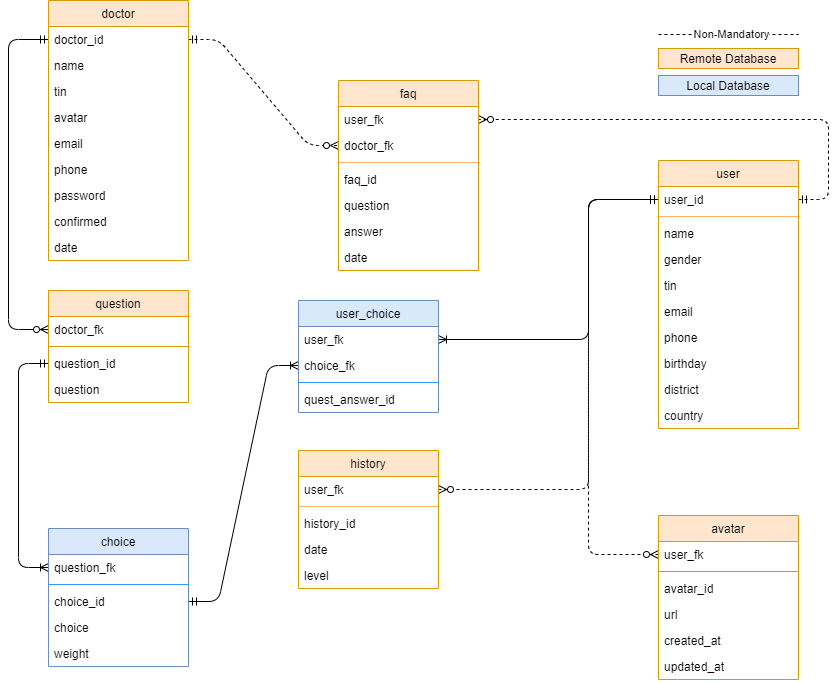
agostinhoramos/Testing_COVID_19 keeps this draw.io diagram as documentation/draw-er_model.png. Above is the earlier version. Source tidied: cells renumbered, new cells last; positions are measured from the earlier drawing's top-left corner, leaving out a move shared by most shapes.
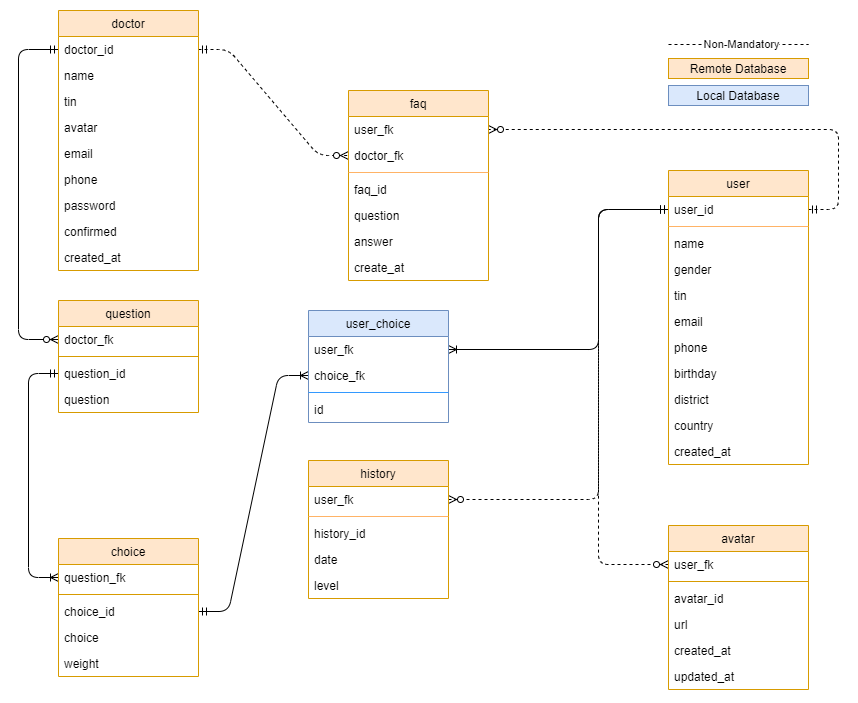
The same diagram one commit later.

Change to the diagram source:
```diff
@@ -70,7 +70,7 @@
     <mxCell id="17" value="confirmed" style="text;strokeColor=none;fillColor=none;align=left;verticalAlign=top;spacingLeft=4;spacingRight=4;overflow=hidden;" parent="9" vertex="1">
       <mxGeometry y="208" width="140" height="26" as="geometry" />
     </mxCell>
-    <mxCell id="18" value="date" style="text;strokeColor=none;fillColor=none;align=left;verticalAlign=top;spacingLeft=4;spacingRight=4;overflow=hidden;" parent="9" vertex="1">
+    <mxCell id="18" value="created_at" style="text;strokeColor=none;fillColor=none;align=left;verticalAlign=top;spacingLeft=4;spacingRight=4;overflow=hidden;" parent="9" vertex="1">
       <mxGeometry y="234" width="140" height="26" as="geometry" />
     </mxCell>
     <mxCell id="19" value="faq" style="swimlane;fontStyle=0;horizontal=1;startSize=26;fillColor=#ffe6cc;strokeColor=#d79b00;" parent="1" vertex="1">
@@ -94,16 +94,16 @@
     <mxCell id="25" value="answer" style="text;strokeColor=none;fillColor=none;align=left;verticalAlign=top;spacingLeft=4;spacingRight=4;overflow=hidden;" parent="19" vertex="1">
       <mxGeometry y="138" width="140" height="26" as="geometry" />
     </mxCell>
-    <mxCell id="26" value="date" style="text;strokeColor=none;fillColor=none;align=left;verticalAlign=top;spacingLeft=4;spacingRight=4;overflow=hidden;" parent="19" vertex="1">
+    <mxCell id="26" value="create_at" style="text;strokeColor=none;fillColor=none;align=left;verticalAlign=top;spacingLeft=4;spacingRight=4;overflow=hidden;" parent="19" vertex="1">
       <mxGeometry y="164" width="140" height="26" as="geometry" />
     </mxCell>
-    <mxCell id="27" value="choice" style="swimlane;fontStyle=0;horizontal=1;startSize=26;fillColor=#dae8fc;strokeColor=#6c8ebf;" parent="1" vertex="1">
+    <mxCell id="27" value="choice" style="swimlane;fontStyle=0;horizontal=1;startSize=26;fillColor=#ffe6cc;strokeColor=#d79b00;" parent="1" vertex="1">
       <mxGeometry x="40" y="528" width="140" height="138" as="geometry" />
     </mxCell>
     <mxCell id="28" value="question_fk" style="text;strokeColor=none;fillColor=none;align=left;verticalAlign=top;spacingLeft=4;spacingRight=4;overflow=hidden;points=[[0,0.5],[1,0.5]];portConstraint=eastwest;" parent="27" vertex="1">
       <mxGeometry y="26" width="140" height="26" as="geometry" />
     </mxCell>
-    <mxCell id="29" style="line;strokeWidth=1;fillColor=none;align=left;verticalAlign=middle;spacingTop=-1;spacingLeft=3;spacingRight=3;labelPosition=right;fontSize=12;strokeColor=#3399FF;" parent="27" vertex="1">
+    <mxCell id="29" style="line;strokeWidth=1;fillColor=#ffe6cc;align=left;verticalAlign=middle;spacingTop=-1;spacingLeft=3;spacingRight=3;labelPosition=right;fontSize=12;strokeColor=#d79b00;" parent="27" vertex="1">
       <mxGeometry y="52" width="140" height="8" as="geometry" />
     </mxCell>
     <mxCell id="30" value="choice_id" style="text;strokeColor=none;fillColor=none;align=left;verticalAlign=top;spacingLeft=4;spacingRight=4;overflow=hidden;points=[[0,0.5],[1,0.5]];portConstraint=eastwest;" parent="27" vertex="1">
@@ -127,7 +127,7 @@
     <mxCell id="36" style="line;strokeWidth=1;fillColor=none;align=left;verticalAlign=middle;spacingTop=-1;spacingLeft=3;spacingRight=3;labelPosition=right;fontSize=12;strokeColor=#3399FF;" parent="33" vertex="1">
       <mxGeometry y="78" width="140" height="8" as="geometry" />
     </mxCell>
-    <mxCell id="37" value="quest_answer_id" style="text;strokeColor=none;fillColor=none;align=left;verticalAlign=top;spacingLeft=4;spacingRight=4;overflow=hidden;" parent="33" vertex="1">
+    <mxCell id="37" value="id" style="text;strokeColor=none;fillColor=none;align=left;verticalAlign=top;spacingLeft=4;spacingRight=4;overflow=hidden;" parent="33" vertex="1">
       <mxGeometry y="86" width="140" height="26" as="geometry" />
     </mxCell>
     <mxCell id="38" value="question" style="swimlane;fontStyle=0;horizontal=1;startSize=26;fillColor=#ffe6cc;strokeColor=#d79b00;" parent="1" vertex="1">
@@ -181,7 +181,7 @@
       <mxGeometry x="650" y="75" width="140" height="20" as="geometry" />
     </mxCell>
     <mxCell id="53" value="user" style="swimlane;fontStyle=0;horizontal=1;startSize=26;fillColor=#ffe6cc;strokeColor=#d79b00;" parent="1" vertex="1">
-      <mxGeometry x="650" y="160" width="140" height="268" as="geometry" />
+      <mxGeometry x="650" y="160" width="140" height="294" as="geometry" />
     </mxCell>
     <mxCell id="54" value="user_id" style="text;strokeColor=none;fillColor=none;align=left;verticalAlign=top;spacingLeft=4;spacingRight=4;overflow=hidden;points=[[0,0.5],[1,0.5]];portConstraint=eastwest;" parent="53" vertex="1">
       <mxGeometry y="26" width="140" height="26" as="geometry" />
@@ -213,6 +213,9 @@
     <mxCell id="63" value="country" style="text;strokeColor=none;fillColor=none;align=left;verticalAlign=top;spacingLeft=4;spacingRight=4;overflow=hidden;" parent="53" vertex="1">
       <mxGeometry y="242" width="140" height="26" as="geometry" />
     </mxCell>
+    <mxCell id="72" value="created_at" style="text;strokeColor=none;fillColor=none;align=left;verticalAlign=top;spacingLeft=4;spacingRight=4;overflow=hidden;" parent="53" vertex="1">
+      <mxGeometry y="268" width="140" height="26" as="geometry" />
+    </mxCell>
     <mxCell id="64" style="endArrow=none;dashed=1;html=1;" parent="1" edge="1">
       <mxGeometry relative="1" as="geometry">
         <mxPoint x="650" y="34" as="sourcePoint" />
```
